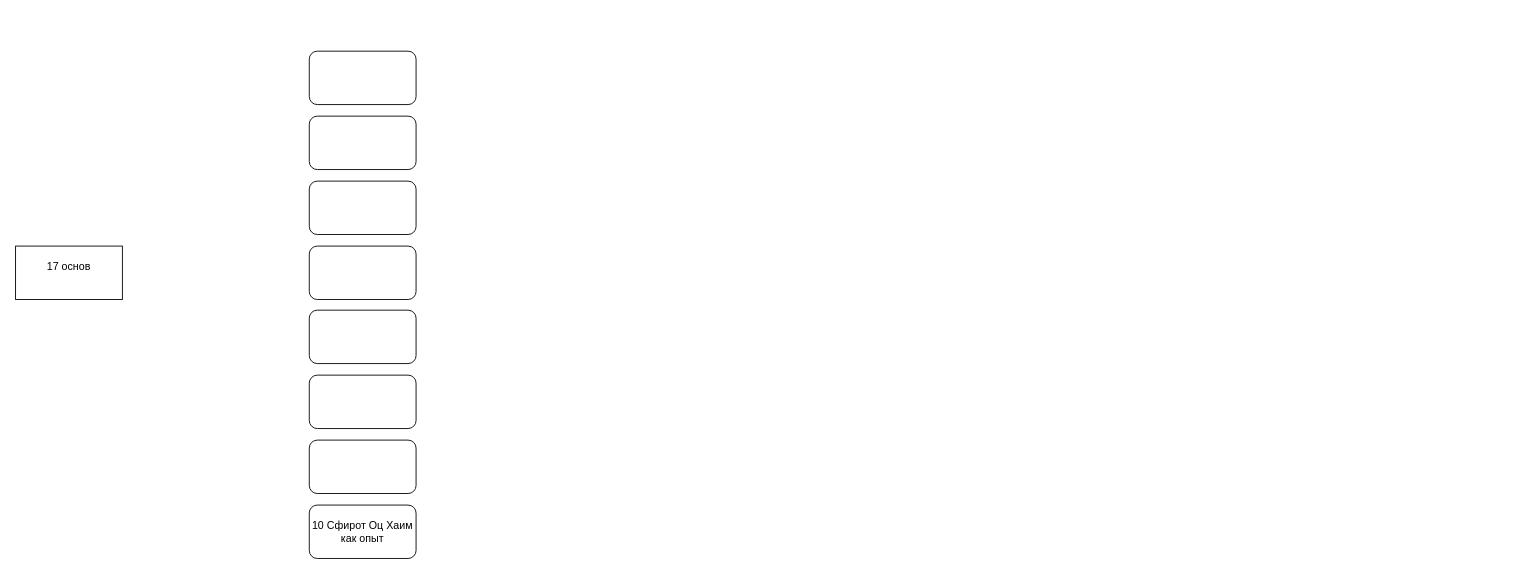
ash-ani-laor/WaerLangModules keeps this draw.io diagram as 17_Основ.drawio. Above is the earlier version. Source tidied: cells renumbered, new cells numbered last; positions are measured from the earlier drawing's top-left corner, leaving out a move shared by most shapes. Both pictures are drawn from the tidied source at 89%, with x=0, y=0 at pixel (15, 51).
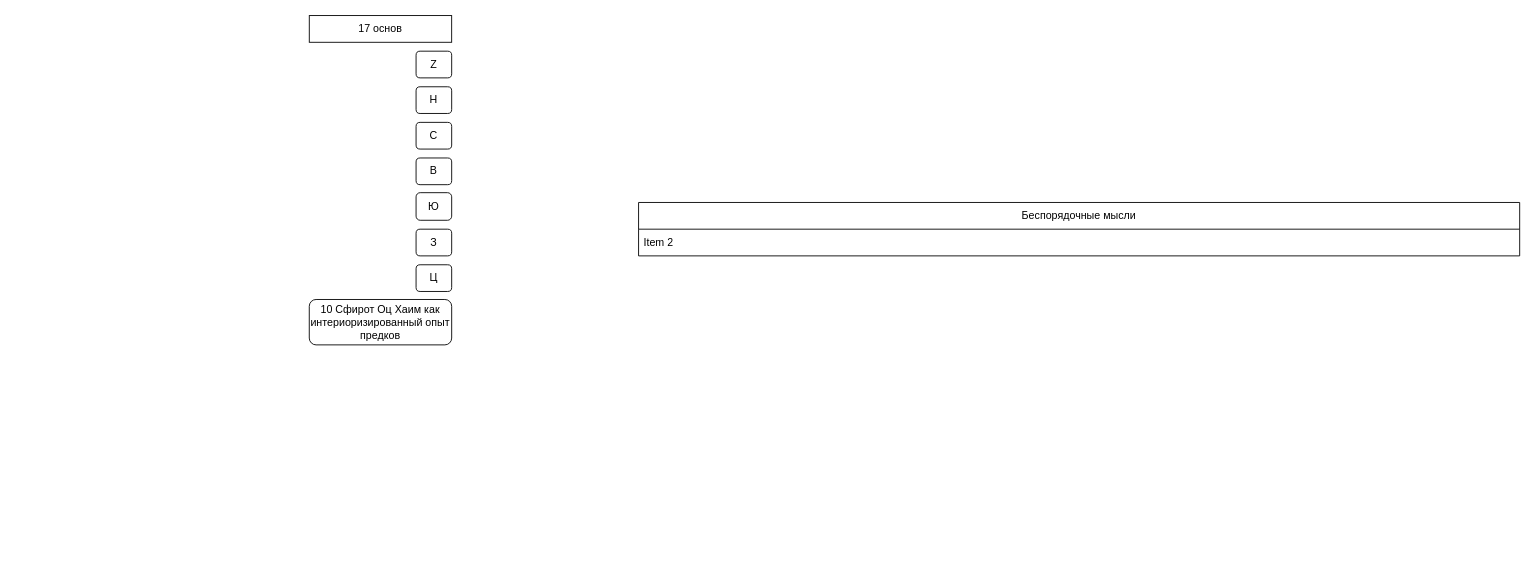
The same page after the edit.

Diff of the diagram source:
```diff
@@
 <mxGraphModel>
   <root>
     <mxCell id="0" />
     <mxCell id="1" parent="0" />
-    <mxCell id="2" value="&lt;div&gt;17 основ&lt;/div&gt;&lt;div&gt;&lt;br&gt;&lt;/div&gt;" style="rounded=0;whiteSpace=wrap;html=1;" parent="1" vertex="1">
-      <mxGeometry y="219" width="120" height="60" as="geometry" />
+    <mxCell id="2" value="&lt;div&gt;17 основ&lt;/div&gt;" style="rounded=0;whiteSpace=wrap;html=1;" parent="1" vertex="1">
+      <mxGeometry x="330" y="-40" width="160" height="30" as="geometry" />
     </mxCell>
-    <mxCell id="3" style="rounded=1;whiteSpace=wrap;html=1;" parent="1" vertex="1">
-      <mxGeometry x="330" width="120" height="60" as="geometry" />
+    <mxCell id="3" value="Z" style="rounded=1;whiteSpace=wrap;html=1;" parent="1" vertex="1">
+      <mxGeometry x="450" width="40" height="30" as="geometry" />
     </mxCell>
-    <mxCell id="4" style="rounded=1;whiteSpace=wrap;html=1;" parent="1" vertex="1">
-      <mxGeometry x="330" y="73" width="120" height="60" as="geometry" />
+    <mxCell id="4" value="Н" style="rounded=1;whiteSpace=wrap;html=1;" parent="1" vertex="1">
+      <mxGeometry x="450" y="40" width="40" height="30" as="geometry" />
     </mxCell>
-    <mxCell id="5" style="rounded=1;whiteSpace=wrap;html=1;" parent="1" vertex="1">
-      <mxGeometry x="330" y="146" width="120" height="60" as="geometry" />
+    <mxCell id="5" value="С" style="rounded=1;whiteSpace=wrap;html=1;" parent="1" vertex="1">
+      <mxGeometry x="450" y="80" width="40" height="30" as="geometry" />
     </mxCell>
-    <mxCell id="6" style="rounded=1;whiteSpace=wrap;html=1;" parent="1" vertex="1">
-      <mxGeometry x="330" y="219" width="120" height="60" as="geometry" />
+    <mxCell id="6" value="В" style="rounded=1;whiteSpace=wrap;html=1;" parent="1" vertex="1">
+      <mxGeometry x="450" y="120" width="40" height="30" as="geometry" />
     </mxCell>
-    <mxCell id="7" style="rounded=1;whiteSpace=wrap;html=1;" parent="1" vertex="1">
-      <mxGeometry x="330" y="291" width="120" height="60" as="geometry" />
+    <mxCell id="7" value="Ю" style="rounded=1;whiteSpace=wrap;html=1;" parent="1" vertex="1">
+      <mxGeometry x="450" y="159" width="40" height="31" as="geometry" />
     </mxCell>
-    <mxCell id="8" style="rounded=1;whiteSpace=wrap;html=1;" parent="1" vertex="1">
-      <mxGeometry x="330" y="364" width="120" height="60" as="geometry" />
+    <mxCell id="8" value="З" style="rounded=1;whiteSpace=wrap;html=1;" parent="1" vertex="1">
+      <mxGeometry x="450" y="200" width="40" height="30" as="geometry" />
     </mxCell>
-    <mxCell id="9" value="10 Сфирот Оц Хаим как опыт" style="rounded=1;whiteSpace=wrap;html=1;" parent="1" vertex="1">
-      <mxGeometry x="330" y="510" width="120" height="60" as="geometry" />
+    <mxCell id="9" value="10 Сфирот Оц Хаим как интериоризированный опыт предков" style="rounded=1;whiteSpace=wrap;html=1;" parent="1" vertex="1">
+      <mxGeometry x="330" y="279" width="160" height="51" as="geometry" />
     </mxCell>
-    <mxCell id="10" style="rounded=1;whiteSpace=wrap;html=1;" parent="1" vertex="1">
-      <mxGeometry x="330" y="437" width="120" height="60" as="geometry" />
+    <mxCell id="10" value="Ц" style="rounded=1;whiteSpace=wrap;html=1;" parent="1" vertex="1">
+      <mxGeometry x="450" y="240" width="40" height="30" as="geometry" />
     </mxCell>
+    <mxCell id="11" value="Беспорядочные мысли" style="swimlane;fontStyle=0;horizontal=1;startSize=30;whiteSpace=wrap;html=1;swimlaneFillColor=none;gradientColor=none;" parent="1" vertex="1">
+      <mxGeometry x="700" y="170" width="990" height="60" as="geometry" />
+    </mxCell>
+    <mxCell id="12" value="Item 2" style="text;strokeColor=none;fillColor=none;align=left;verticalAlign=middle;spacingLeft=4;spacingRight=4;overflow=hidden;whiteSpace=wrap;html=1;" parent="11" vertex="1">
+      <mxGeometry y="30" width="990" height="30" as="geometry" />
+    </mxCell>
   </root>
 </mxGraphModel>
```
